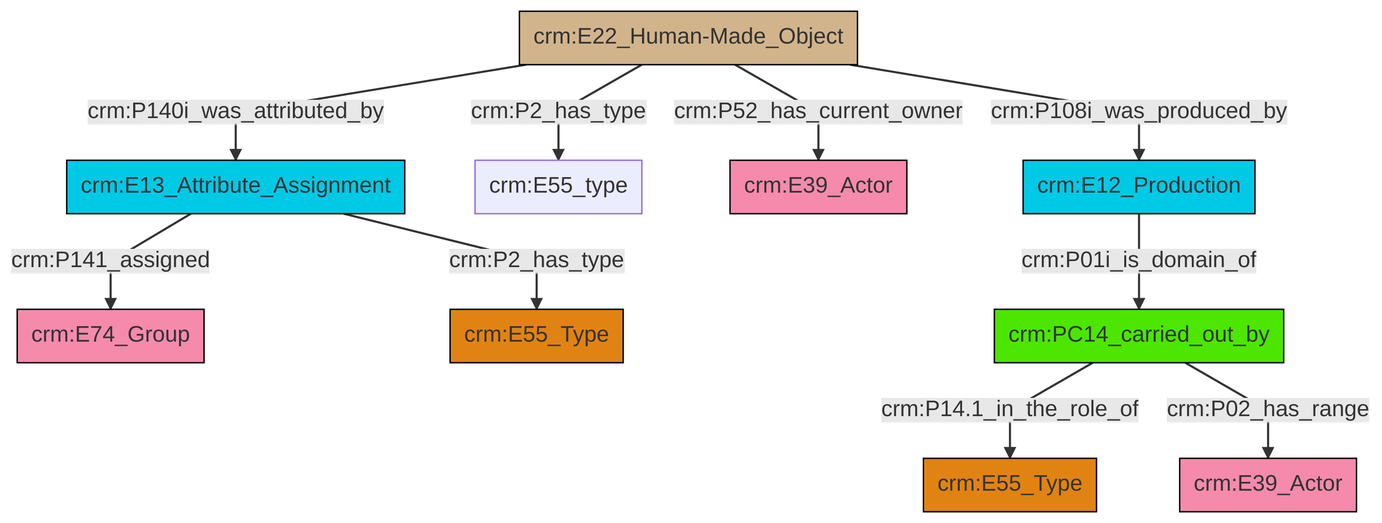
Earlier version of the Mermaid export et/builtWorkCSV/ttl/mmd/png/Built_Work_actor_relations.png (swiss-art-research-net/reference-data-models). Its source is kept beside it as et/builtWorkCSV/ttl/mmd/Built_Work_actor_relations.ttl.mmd.
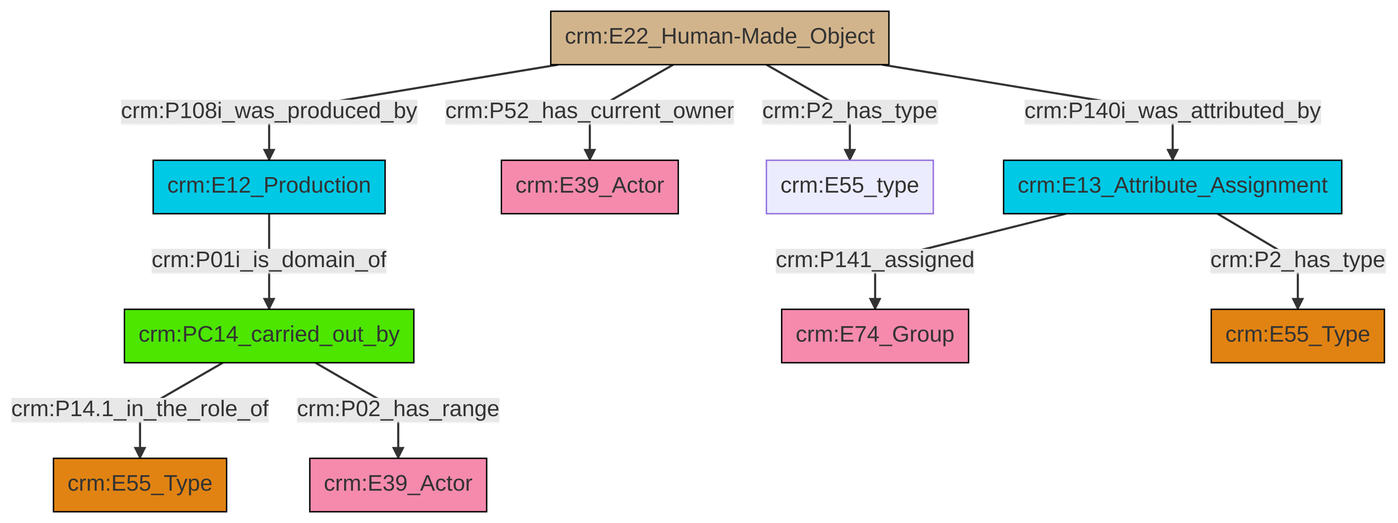
The same file after the commit.

Diff of the diagram source:
```diff
@@ -13,12 +13,12 @@
 classDef PC_Classes fill:#4ce600, stroke:#000000;
 classDef Multi fill:#cccccc,stroke:#000000;
 
-2["crm:E22_Human-Made_Object"]:::Physical_Thing -->|crm:P140i_was_attributed_by| 3["crm:E13_Attribute_Assignment"]:::Temporal_Entity
-4["crm:PC14_carried_out_by"]:::PC_Classes -->|crm:P14.1_in_the_role_of| 9["crm:E55_Type"]:::Type
-2["crm:E22_Human-Made_Object"]:::Physical_Thing -->|crm:P2_has_type| 6["crm:E55_type"]:::Default
-4["crm:PC14_carried_out_by"]:::PC_Classes -->|crm:P02_has_range| 12["crm:E39_Actor"]:::Actor
-2["crm:E22_Human-Made_Object"]:::Physical_Thing -->|crm:P52_has_current_owner| 13["crm:E39_Actor"]:::Actor
-3["crm:E13_Attribute_Assignment"]:::Temporal_Entity -->|crm:P141_assigned| 0["crm:E74_Group"]:::Actor
-15["crm:E12_Production"]:::Temporal_Entity -->|crm:P01i_is_domain_of| 4["crm:PC14_carried_out_by"]:::PC_Classes
-3["crm:E13_Attribute_Assignment"]:::Temporal_Entity -->|crm:P2_has_type| 10["crm:E55_Type"]:::Type
-2["crm:E22_Human-Made_Object"]:::Physical_Thing -->|crm:P108i_was_produced_by| 15["crm:E12_Production"]:::Temporal_Entity
+2["crm:E22_Human-Made_Object"]:::Physical_Thing -->|crm:P108i_was_produced_by| 3["crm:E12_Production"]:::Temporal_Entity
+3["crm:E12_Production"]:::Temporal_Entity -->|crm:P01i_is_domain_of| 0["crm:PC14_carried_out_by"]:::PC_Classes
+2["crm:E22_Human-Made_Object"]:::Physical_Thing -->|crm:P140i_was_attributed_by| 9["crm:E13_Attribute_Assignment"]:::Temporal_Entity
+2["crm:E22_Human-Made_Object"]:::Physical_Thing -->|crm:P52_has_current_owner| 5["crm:E39_Actor"]:::Actor
+0["crm:PC14_carried_out_by"]:::PC_Classes -->|crm:P14.1_in_the_role_of| 10["crm:E55_Type"]:::Type
+0["crm:PC14_carried_out_by"]:::PC_Classes -->|crm:P02_has_range| 11["crm:E39_Actor"]:::Actor
+9["crm:E13_Attribute_Assignment"]:::Temporal_Entity -->|crm:P141_assigned| 12["crm:E74_Group"]:::Actor
+9["crm:E13_Attribute_Assignment"]:::Temporal_Entity -->|crm:P2_has_type| 14["crm:E55_Type"]:::Type
+2["crm:E22_Human-Made_Object"]:::Physical_Thing -->|crm:P2_has_type| 7["crm:E55_type"]:::Default
```
